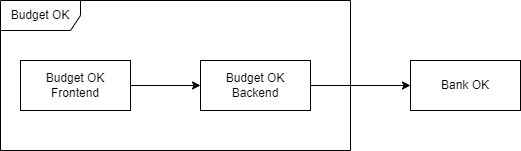
Earlier version of the draw.io export docs/images/architecture.png (ognjenkl/budget-ok). Source tidied: cells renumbered, new cells last; positions are measured from the earlier drawing's top-left corner, leaving out a move shared by most shapes.
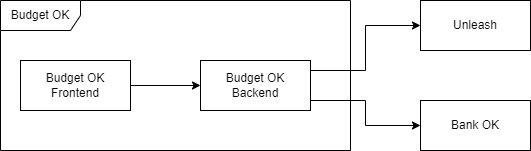
Later version of the same file.

Commit message:
Update system structure

Diff of the diagram source:
```diff
@@ -3,22 +3,39 @@
     <mxCell id="0" />
     <mxCell id="1" parent="0" />
     <mxCell id="2" value="Bank OK" style="html=1;whiteSpace=wrap;" parent="1" vertex="1">
-      <mxGeometry x="410" y="60" width="110" height="50" as="geometry" />
+      <mxGeometry x="420" y="100" width="110" height="50" as="geometry" />
     </mxCell>
-    <mxCell id="3" style="edgeStyle=orthogonalEdgeStyle;rounded=0;jettySize=auto;html=1;" parent="1" edge="1" source="4" target="6">
+    <mxCell id="3" style="edgeStyle=orthogonalEdgeStyle;rounded=0;jettySize=auto;html=1;" parent="1" edge="1" source="4" target="7">
       <mxGeometry relative="1" as="geometry" />
     </mxCell>
     <mxCell id="4" value="Budget OK Frontend" style="html=1;whiteSpace=wrap;" parent="1" vertex="1">
       <mxGeometry x="20" y="60" width="110" height="50" as="geometry" />
     </mxCell>
-    <mxCell id="5" style="edgeStyle=orthogonalEdgeStyle;rounded=0;jettySize=auto;html=1;entryX=0;entryY=0.5;entryDx=0;entryDy=0;exitX=1;exitY=0.5;exitDx=0;exitDy=0;" parent="1" edge="1" source="6" target="2">
-      <mxGeometry relative="1" as="geometry" />
+    <mxCell id="5" style="edgeStyle=orthogonalEdgeStyle;rounded=0;jettySize=auto;html=1;entryX=0;entryY=0.5;entryDx=0;entryDy=0;exitX=1;exitY=0.5;exitDx=0;exitDy=0;" parent="1" edge="1" source="7" target="2">
+      <mxGeometry relative="1" as="geometry">
+        <Array as="points">
+          <mxPoint x="310" y="100" />
+          <mxPoint x="365" y="100" />
+          <mxPoint x="365" y="125" />
+        </Array>
+      </mxGeometry>
     </mxCell>
-    <mxCell id="6" value="Budget OK Backend" style="html=1;whiteSpace=wrap;" parent="1" vertex="1">
-      <mxGeometry x="200" y="60" width="110" height="50" as="geometry" />
+    <mxCell id="6" style="edgeStyle=orthogonalEdgeStyle;rounded=0;jettySize=auto;html=1;entryX=0;entryY=0.5;entryDx=0;entryDy=0;" parent="1" edge="1" source="7" target="9">
+      <mxGeometry relative="1" as="geometry">
+        <Array as="points">
+          <mxPoint x="365" y="70" />
+          <mxPoint x="365" y="25" />
+        </Array>
+      </mxGeometry>
     </mxCell>
-    <mxCell id="7" value="Budget OK" style="shape=umlFrame;whiteSpace=wrap;html=1;width=80;height=30;" parent="1" vertex="1">
-      <mxGeometry width="350" height="150" as="geometry" />
+    <mxCell id="7" value="Budget OK Backend" style="html=1;whiteSpace=wrap;" parent="1" vertex="1">
+      <mxGeometry x="200" y="60" width="110" height="50" as="geometry" />
     </mxCell>
+    <mxCell id="8" value="Budget OK" style="shape=umlFrame;whiteSpace=wrap;html=1;width=80;height=30;" parent="1" vertex="1">
+      <mxGeometry width="350" height="150" as="geometry" />
+    </mxCell>
+    <mxCell id="9" value="Unleash" style="html=1;whiteSpace=wrap;" parent="1" vertex="1">
+      <mxGeometry x="420" width="110" height="50" as="geometry" />
+    </mxCell>
   </root>
 </mxGraphModel>
```
